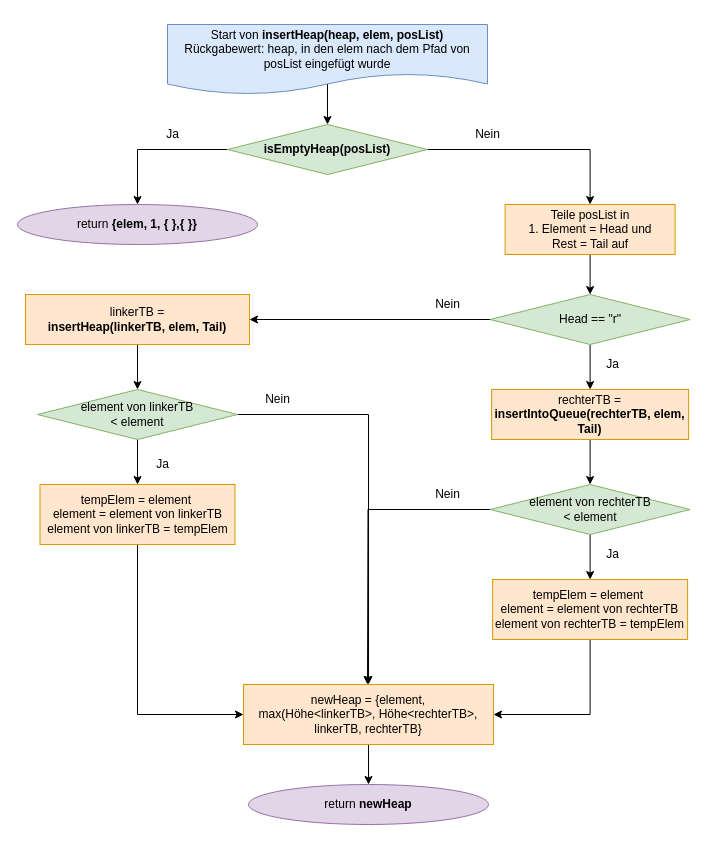
Before: Grafiken:Bilder/draw.io/HBQ/2.1. insertHeap.drawio in krisschaaf/Hausarbeit_Erlang_Queues, a draw.io diagram. Source tidied: cells renumbered, new cells numbered last; positions are measured from the earlier drawing's top-left corner, leaving out a move shared by most shapes. Both pictures are drawn from the tidied source at 100%, with x=0, y=0 at pixel (17, 24).
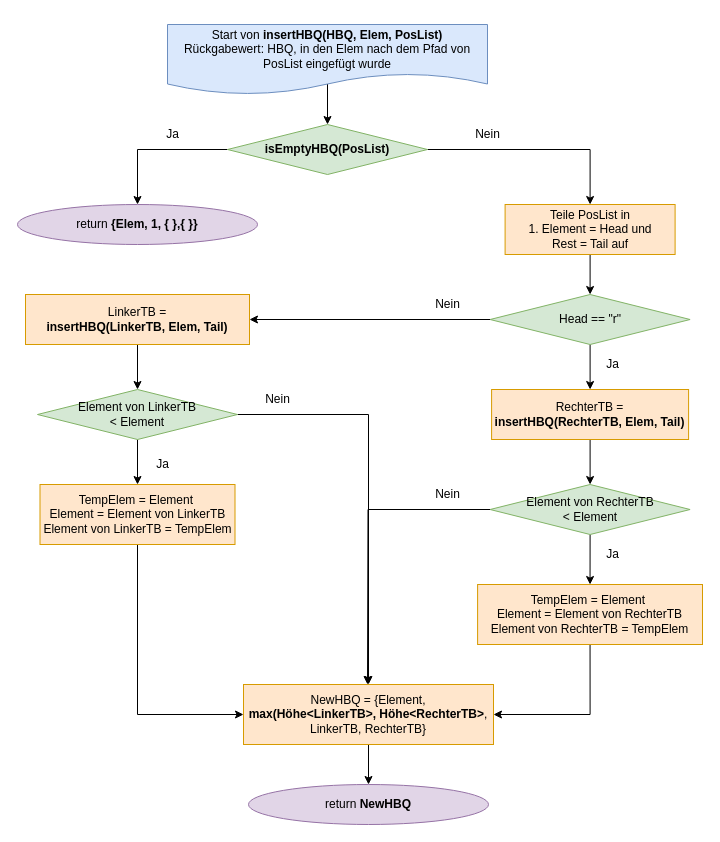
After the change.

Change to the diagram source:
```diff
@@
-    <mxCell id="3" value="Start von &lt;b&gt;insertHeap(heap, elem, posList)&lt;/b&gt;&lt;br&gt;Rückgabewert: heap, in den elem nach dem Pfad von posList eingefügt wurde" style="shape=document;whiteSpace=wrap;html=1;boundedLbl=1;fillColor=#dae8fc;strokeColor=#6c8ebf;" parent="1" vertex="1">
+    <mxCell id="3" value="Start von &lt;b&gt;insertHBQ(HBQ, Elem, PosList)&lt;/b&gt;&lt;br&gt;Rückgabewert: HBQ, in den Elem nach dem Pfad von PosList eingefügt wurde" style="shape=document;whiteSpace=wrap;html=1;boundedLbl=1;fillColor=#dae8fc;strokeColor=#6c8ebf;" parent="1" vertex="1">
       <mxGeometry x="150" width="320" height="70" as="geometry" />
     </mxCell>
@@
-    <mxCell id="6" value="&lt;b&gt;isEmptyHeap(posList)&lt;/b&gt;" style="rhombus;whiteSpace=wrap;html=1;rounded=0;fillColor=#d5e8d4;strokeColor=#82b366;" parent="1" vertex="1">
+    <mxCell id="6" value="&lt;b&gt;isEmptyHBQ(PosList)&lt;/b&gt;" style="rhombus;whiteSpace=wrap;html=1;rounded=0;fillColor=#d5e8d4;strokeColor=#82b366;" parent="1" vertex="1">
       <mxGeometry x="210" y="100" width="200" height="50" as="geometry" />
     </mxCell>
@@
-    <mxCell id="9" value="return &lt;b&gt;{elem, 1, { },{ }}&lt;/b&gt;" style="ellipse;whiteSpace=wrap;html=1;rounded=0;fillColor=#e1d5e7;strokeColor=#9673a6;" parent="1" vertex="1">
+    <mxCell id="9" value="return &lt;b&gt;{Elem, 1, { },{ }}&lt;/b&gt;" style="ellipse;whiteSpace=wrap;html=1;rounded=0;fillColor=#e1d5e7;strokeColor=#9673a6;" parent="1" vertex="1">
       <mxGeometry y="180" width="240" height="40" as="geometry" />
     </mxCell>
@@
-    <mxCell id="11" value="Teile posList in&lt;br&gt;1. Element = Head und&lt;br&gt;Rest = Tail auf" style="rounded=0;whiteSpace=wrap;html=1;fillColor=#ffe6cc;strokeColor=#d79b00;" parent="1" vertex="1">
+    <mxCell id="11" value="Teile PosList in&lt;br&gt;1. Element = Head und&lt;br&gt;Rest = Tail auf" style="rounded=0;whiteSpace=wrap;html=1;fillColor=#ffe6cc;strokeColor=#d79b00;" parent="1" vertex="1">
       <mxGeometry x="487.6" y="180" width="170" height="50" as="geometry" />
     </mxCell>
@@
-    <mxCell id="16" value="linkerTB = &lt;br&gt;&lt;b&gt;insertHeap&lt;/b&gt;&lt;b&gt;(linkerTB, elem, Tail)&lt;/b&gt;" style="rounded=0;whiteSpace=wrap;html=1;fillColor=#ffe6cc;strokeColor=#d79b00;" parent="1" vertex="1">
+    <mxCell id="16" value="LinkerTB = &lt;br&gt;&lt;b&gt;insertHBQ&lt;/b&gt;&lt;b&gt;(LinkerTB, Elem, Tail)&lt;/b&gt;" style="rounded=0;whiteSpace=wrap;html=1;fillColor=#ffe6cc;strokeColor=#d79b00;" parent="1" vertex="1">
       <mxGeometry x="8" y="270" width="224" height="50" as="geometry" />
     </mxCell>
@@
-    <mxCell id="19" value="rechterTB = &lt;br&gt;&lt;b&gt;insertIntoQueue(rechterTB, elem, Tail)&lt;/b&gt;" style="rounded=0;whiteSpace=wrap;html=1;fillColor=#ffe6cc;strokeColor=#d79b00;" parent="1" vertex="1">
+    <mxCell id="19" value="RechterTB = &lt;br&gt;&lt;b&gt;insertHBQ(RechterTB, Elem, Tail)&lt;/b&gt;" style="rounded=0;whiteSpace=wrap;html=1;fillColor=#ffe6cc;strokeColor=#d79b00;" parent="1" vertex="1">
       <mxGeometry x="474.1" y="365" width="197" height="50" as="geometry" />
     </mxCell>
@@
-    <mxCell id="21" value="newHeap = {element, &lt;br&gt;max(Höhe&amp;lt;linkerTB&amp;gt;, Höhe&amp;lt;rechterTB&amp;gt;, &lt;br&gt;linkerTB, rechterTB}" style="rounded=0;whiteSpace=wrap;html=1;fillColor=#ffe6cc;strokeColor=#d79b00;" parent="1" vertex="1">
+    <mxCell id="21" value="NewHBQ = {Element, &lt;br&gt;&lt;b&gt;max(Höhe&amp;lt;LinkerTB&amp;gt;, Höhe&amp;lt;RechterTB&amp;gt;&lt;/b&gt;, &lt;br&gt;LinkerTB, RechterTB}" style="rounded=0;whiteSpace=wrap;html=1;fillColor=#ffe6cc;strokeColor=#d79b00;" parent="1" vertex="1">
       <mxGeometry x="226" y="660" width="250" height="60" as="geometry" />
     </mxCell>
@@
-    <mxCell id="23" value="return &lt;b&gt;newHeap&lt;/b&gt;" style="ellipse;whiteSpace=wrap;html=1;rounded=0;fillColor=#e1d5e7;strokeColor=#9673a6;" parent="1" vertex="1">
+    <mxCell id="23" value="return &lt;b&gt;NewHBQ&lt;/b&gt;" style="ellipse;whiteSpace=wrap;html=1;rounded=0;fillColor=#e1d5e7;strokeColor=#9673a6;" parent="1" vertex="1">
       <mxGeometry x="231" y="760" width="240" height="40" as="geometry" />
     </mxCell>
@@
-    <mxCell id="26" value="element von linkerTB&lt;br&gt;&amp;lt; element" style="rhombus;whiteSpace=wrap;html=1;rounded=0;fillColor=#d5e8d4;strokeColor=#82b366;" parent="1" vertex="1">
+    <mxCell id="26" value="Element von LinkerTB&lt;br&gt;&amp;lt; Element" style="rhombus;whiteSpace=wrap;html=1;rounded=0;fillColor=#d5e8d4;strokeColor=#82b366;" parent="1" vertex="1">
       <mxGeometry x="20" y="365" width="200" height="50" as="geometry" />
     </mxCell>
@@
-    <mxCell id="28" value="tempElem = element&amp;nbsp;&lt;br&gt;element = element von linkerTB&lt;br&gt;element von linkerTB = tempElem" style="rounded=0;whiteSpace=wrap;html=1;fillColor=#ffe6cc;strokeColor=#d79b00;" parent="1" vertex="1">
+    <mxCell id="28" value="TempElem = Element&amp;nbsp;&lt;br&gt;Element = Element von LinkerTB&lt;br&gt;Element von LinkerTB = TempElem" style="rounded=0;whiteSpace=wrap;html=1;fillColor=#ffe6cc;strokeColor=#d79b00;" parent="1" vertex="1">
       <mxGeometry x="22.5" y="460" width="195" height="60" as="geometry" />
     </mxCell>
@@
-    <mxCell id="30" value="element von rechterTB&lt;br&gt;&amp;lt; element" style="rhombus;whiteSpace=wrap;html=1;rounded=0;fillColor=#d5e8d4;strokeColor=#82b366;" parent="1" vertex="1">
+    <mxCell id="30" value="Element von RechterTB&lt;br&gt;&amp;lt; Element" style="rhombus;whiteSpace=wrap;html=1;rounded=0;fillColor=#d5e8d4;strokeColor=#82b366;" parent="1" vertex="1">
       <mxGeometry x="472.6" y="460" width="200" height="50" as="geometry" />
     </mxCell>
@@
-    <mxCell id="32" value="tempElem = element&amp;nbsp;&lt;br&gt;element = element von rechterTB&lt;br&gt;element von rechterTB = tempElem" style="rounded=0;whiteSpace=wrap;html=1;fillColor=#ffe6cc;strokeColor=#d79b00;" parent="1" vertex="1">
-      <mxGeometry x="475.1" y="555" width="195" height="60" as="geometry" />
+    <mxCell id="32" value="TempElem = Element&amp;nbsp;&lt;br&gt;Element = Element von RechterTB&lt;br&gt;Element von RechterTB = TempElem" style="rounded=0;whiteSpace=wrap;html=1;fillColor=#ffe6cc;strokeColor=#d79b00;" parent="1" vertex="1">
+      <mxGeometry x="460.1" y="560" width="224.9" height="60" as="geometry" />
     </mxCell>
```
